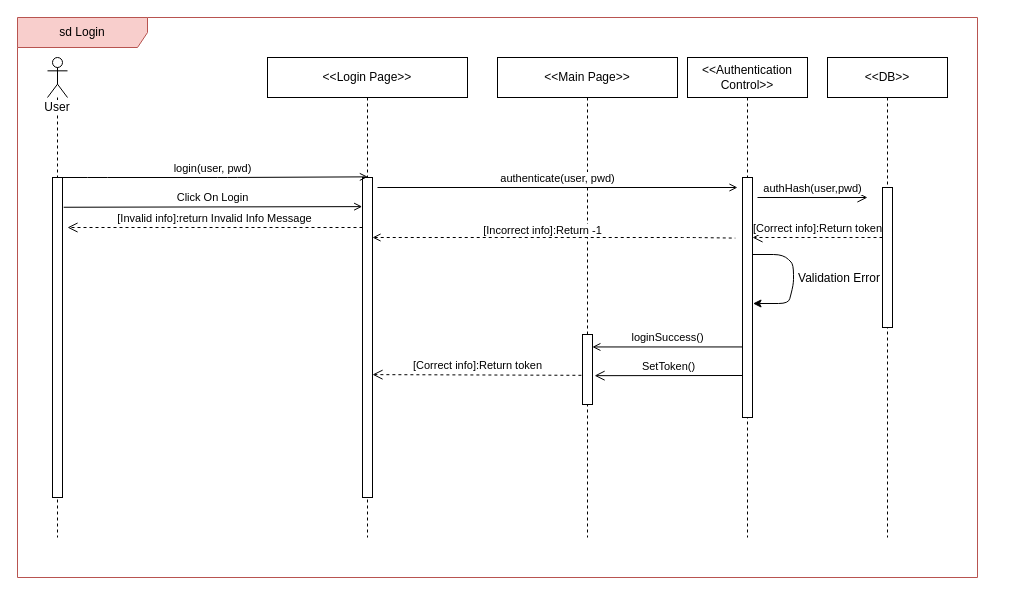
MelvinMo/CarBaMa_Automotive-Sale-Application keeps this draw.io diagram as page "Login-SD" (1 of 20) of SequenceDiagram/Middleware_CarBaMaSequenceDiagram.drawio. Above is the earlier version. Source tidied: cells renumbered, new cells numbered last; positions are measured from the earlier drawing's top-left corner, leaving out a move shared by most shapes. Both pictures are drawn from the tidied source at 100%, with x=0, y=0 at pixel (17, 17).
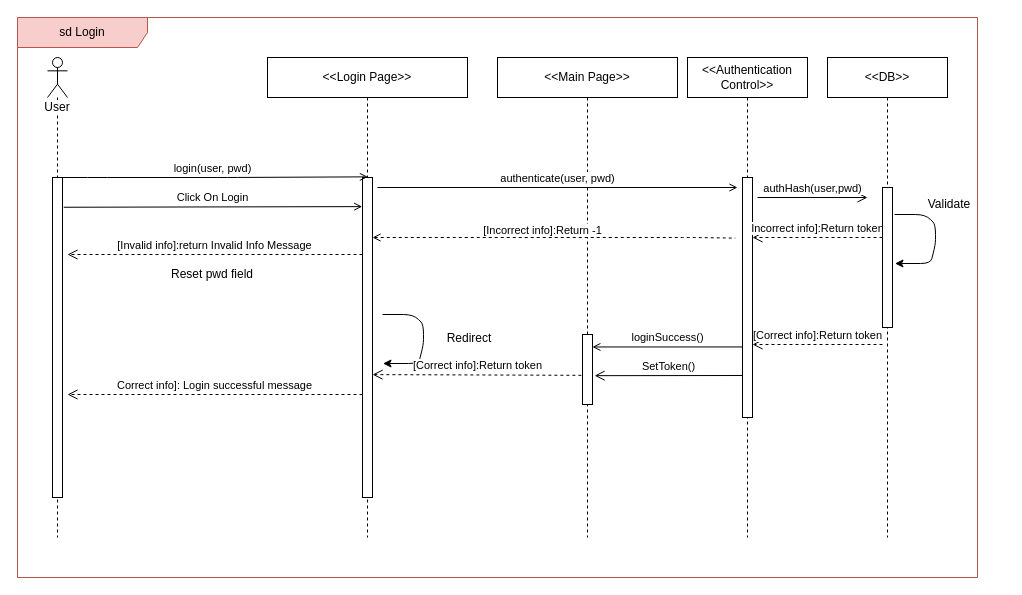
Above is the later version.

The change refers to these unchanged cells:
```xml
<mxCell id="5" value="&amp;lt;&amp;lt;Login Page&amp;gt;&amp;gt;" style="shape=umlLifeline;perimeter=lifelinePerimeter;whiteSpace=wrap;html=1;" parent="1" vertex="1">
  <mxGeometry x="250" y="40" width="200" height="480" as="geometry" />
</mxCell>
<mxCell id="6" style="html=1;points=[];perimeter=orthogonalPerimeter;" parent="5" vertex="1">
  <mxGeometry x="95" y="120" width="10" height="320" as="geometry" />
</mxCell>
<mxCell id="12" value="&amp;lt;&amp;lt;Authentication Control&amp;gt;&amp;gt;" style="shape=umlLifeline;perimeter=lifelinePerimeter;whiteSpace=wrap;html=1;" parent="1" vertex="1">
  <mxGeometry x="670" y="40" width="120" height="480" as="geometry" />
</mxCell>
<mxCell id="17" value="&amp;lt;&amp;lt;DB&amp;gt;&amp;gt;" style="shape=umlLifeline;perimeter=lifelinePerimeter;whiteSpace=wrap;html=1;" parent="1" vertex="1">
  <mxGeometry x="810" y="40" width="120" height="480" as="geometry" />
</mxCell>
```

Change to the diagram source:
```diff
@@
+    <mxCell id="26" value="Correct info]: Login successful message" style="html=1;verticalAlign=bottom;endArrow=open;dashed=1;endSize=8;" parent="5" edge="1">
+      <mxGeometry relative="1" as="geometry">
+        <mxPoint x="95" y="337" as="sourcePoint" />
+        <mxPoint x="-200" y="337" as="targetPoint" />
+      </mxGeometry>
+    </mxCell>
@@
-    <mxCell id="11" value="[Invalid info]:return Invalid Info Message" style="html=1;verticalAlign=bottom;endArrow=open;dashed=1;endSize=8;" parent="1" edge="1" source="6">
+    <mxCell id="11" value="[Invalid info]:return Invalid Info Message" style="html=1;verticalAlign=bottom;endArrow=open;dashed=1;endSize=8;" parent="1" edge="1">
       <mxGeometry relative="1" as="geometry">
-        <mxPoint x="50" y="210" as="targetPoint" />
+        <mxPoint x="345" y="237" as="sourcePoint" />
+        <mxPoint x="50" y="237" as="targetPoint" />
       </mxGeometry>
     </mxCell>
@@
-    <mxCell id="14" value="[Correct info]:Return token" style="html=1;verticalAlign=bottom;endArrow=open;dashed=1;endSize=8;entryX=1.09;entryY=0.379;entryDx=0;entryDy=0;entryPerimeter=0;" parent="12" edge="1">
+    <mxCell id="14" value="Incorrect info]:Return token" style="html=1;verticalAlign=bottom;endArrow=open;dashed=1;endSize=8;entryX=1.09;entryY=0.379;entryDx=0;entryDy=0;entryPerimeter=0;" parent="12" edge="1">
       <mxGeometry relative="1" as="geometry">
         <mxPoint x="195" y="180" as="sourcePoint" />
         <mxPoint x="65" y="180" as="targetPoint" />
       </mxGeometry>
     </mxCell>
@@
+    <mxCell id="27" value="[Correct info]:Return token" style="html=1;verticalAlign=bottom;endArrow=open;dashed=1;endSize=8;entryX=1.09;entryY=0.379;entryDx=0;entryDy=0;entryPerimeter=0;" parent="17" edge="1">
+      <mxGeometry relative="1" as="geometry">
+        <mxPoint x="55" y="287" as="sourcePoint" />
+        <mxPoint x="-75" y="287" as="targetPoint" />
+      </mxGeometry>
+    </mxCell>
@@
     <mxCell id="22" style="endArrow=classic;html=1;exitX=0.9;exitY=0.111;exitDx=0;exitDy=0;exitPerimeter=0;entryX=0.952;entryY=0.153;entryDx=0;entryDy=0;entryPerimeter=0;" parent="1" edge="1">
       <mxGeometry relative="1" as="geometry">
-        <mxPoint x="735" y="237" as="sourcePoint" />
-        <mxPoint x="735.5" y="286" as="targetPoint" />
+        <mxPoint x="365" y="297" as="sourcePoint" />
+        <mxPoint x="365.5" y="346" as="targetPoint" />
         <Array as="points">
-          <mxPoint x="766" y="237" />
-          <mxPoint x="776" y="247" />
-          <mxPoint x="776" y="267" />
-          <mxPoint x="771" y="286" />
+          <mxPoint x="396" y="297" />
+          <mxPoint x="406" y="307" />
+          <mxPoint x="406" y="327" />
+          <mxPoint x="401" y="346" />
         </Array>
       </mxGeometry>
     </mxCell>
-    <mxCell id="23" value="Validation Error" style="text;html=1;strokeColor=none;fillColor=none;align=center;verticalAlign=middle;whiteSpace=wrap;rounded=0;" parent="1" vertex="1">
-      <mxGeometry x="767" y="251" width="110" height="20" as="geometry" />
+    <mxCell id="23" value="Redirect" style="text;html=1;strokeColor=none;fillColor=none;align=center;verticalAlign=middle;whiteSpace=wrap;rounded=0;" parent="1" vertex="1">
+      <mxGeometry x="397" y="311" width="110" height="20" as="geometry" />
     </mxCell>
@@
+    <mxCell id="28" style="endArrow=classic;html=1;exitX=0.9;exitY=0.111;exitDx=0;exitDy=0;exitPerimeter=0;entryX=0.952;entryY=0.153;entryDx=0;entryDy=0;entryPerimeter=0;" parent="1" edge="1">
+      <mxGeometry relative="1" as="geometry">
+        <mxPoint x="877" y="197" as="sourcePoint" />
+        <mxPoint x="877.5" y="246" as="targetPoint" />
+        <Array as="points">
+          <mxPoint x="908" y="197" />
+          <mxPoint x="918" y="207" />
+          <mxPoint x="918" y="227" />
+          <mxPoint x="913" y="246" />
+        </Array>
+      </mxGeometry>
+    </mxCell>
+    <mxCell id="29" value="Validate" style="text;html=1;strokeColor=none;fillColor=none;align=center;verticalAlign=middle;whiteSpace=wrap;rounded=0;" parent="1" vertex="1">
+      <mxGeometry x="877" y="177" width="110" height="20" as="geometry" />
+    </mxCell>
+    <mxCell id="30" value="Reset pwd field" style="text;html=1;strokeColor=none;fillColor=none;align=center;verticalAlign=middle;whiteSpace=wrap;rounded=0;" parent="1" vertex="1">
+      <mxGeometry x="140" y="247" width="110" height="20" as="geometry" />
+    </mxCell>
```
